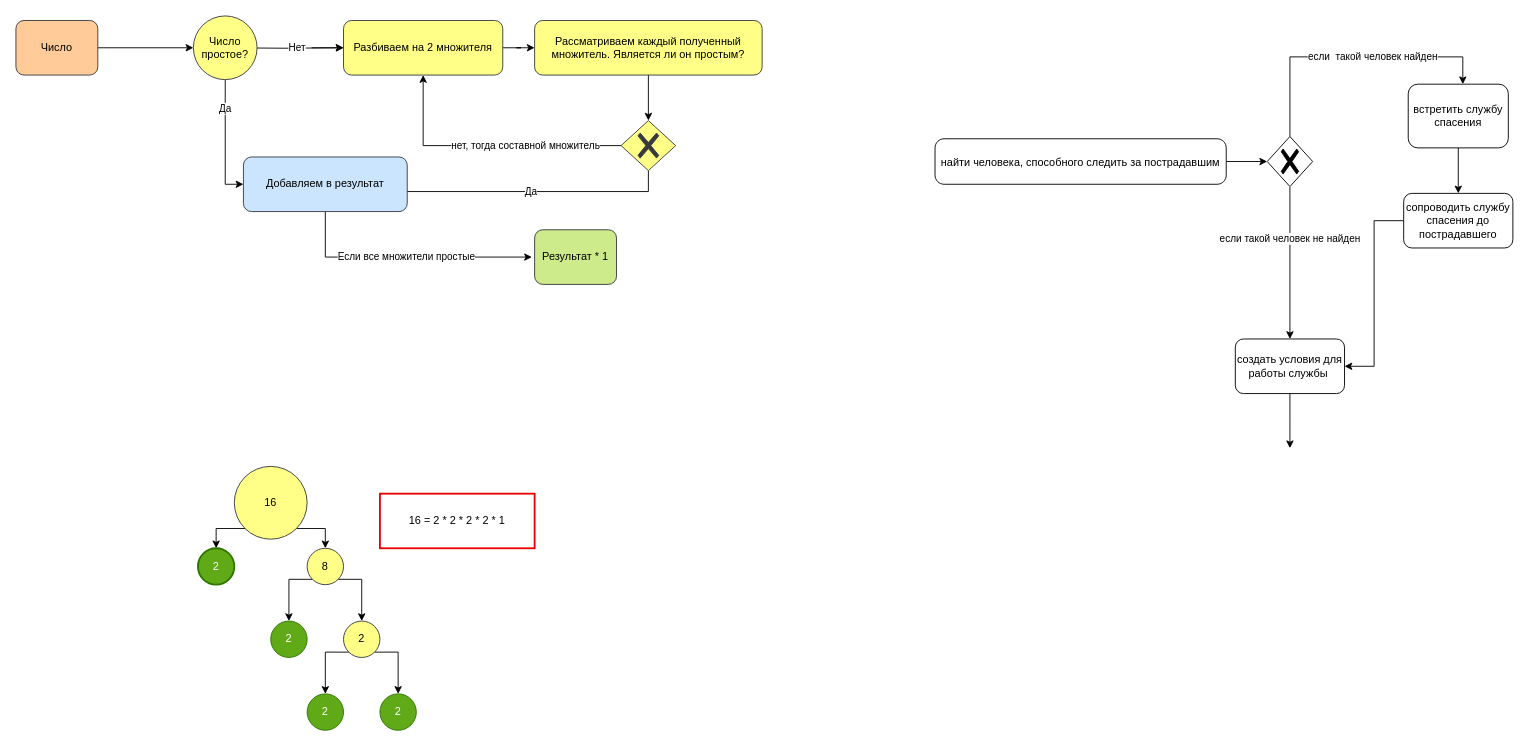
Before: Untitled Diagram.drawio in KirillMazinskiy/test2, a draw.io diagram. Source tidied: cells renumbered, new cells numbered last; positions are measured from the earlier drawing's top-left corner, leaving out a move shared by most shapes. Both pictures are drawn from the tidied source at 91%, with x=0, y=0 at pixel (15, 15).
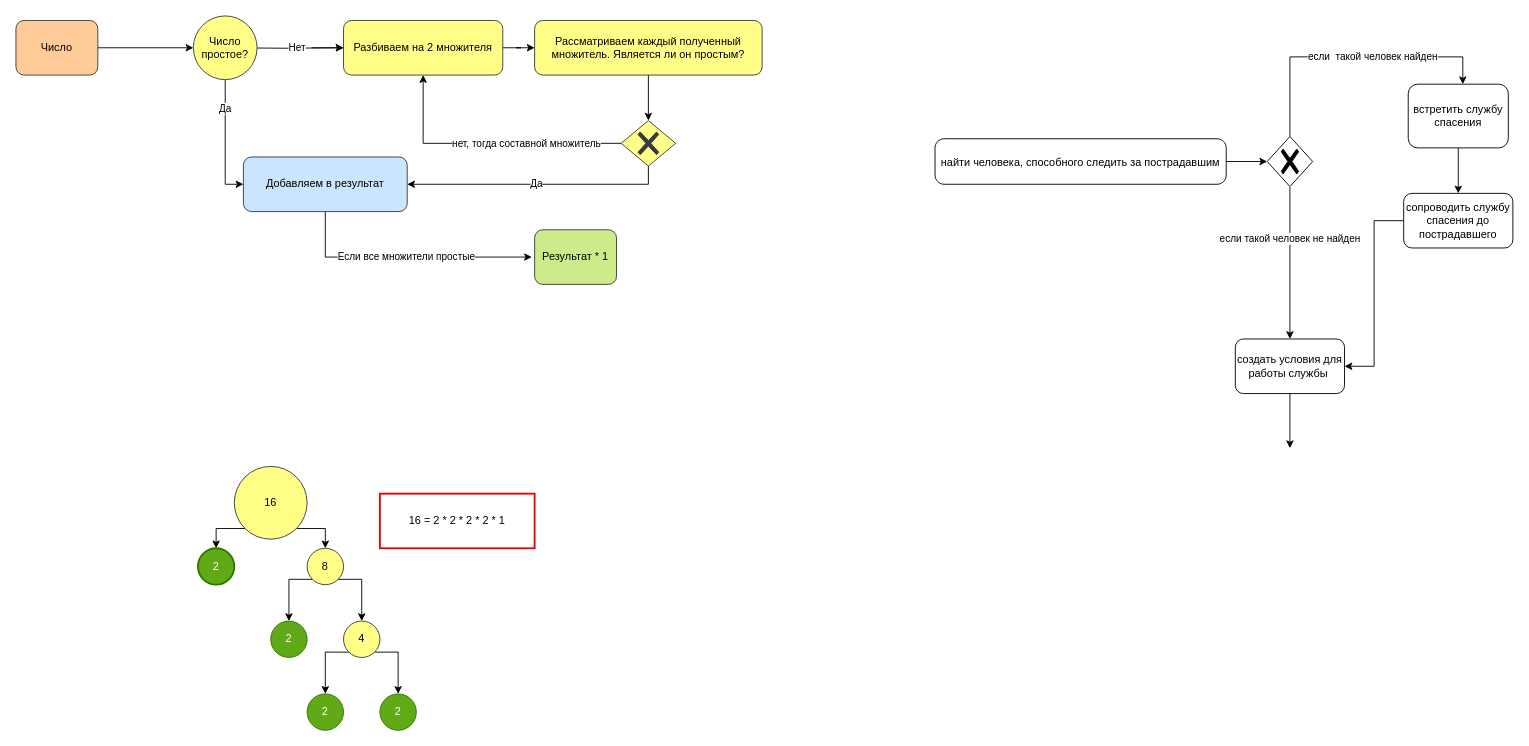
The same page after the edit.

The change refers to these unchanged cells:
```xml
<mxCell id="3" value="Разбиваем на 2 множителя" style="rounded=1;whiteSpace=wrap;html=1;fillColor=#ffff88;strokeColor=#36393d;" parent="1" vertex="1">
  <mxGeometry x="360" y="5" width="175" height="60" as="geometry" />
</mxCell>
<mxCell id="24" value="Добавляем в результат" style="rounded=1;whiteSpace=wrap;html=1;fillColor=#cce5ff;strokeColor=#36393d;" parent="1" vertex="1">
  <mxGeometry x="250" y="155" width="180" height="60" as="geometry" />
</mxCell>
```

Diff of the diagram source:
```diff
@@
+    <mxCell id="7" value="нет, тогда составной множитель" style="edgeStyle=orthogonalEdgeStyle;rounded=0;jettySize=auto;html=1;entryX=0.5;entryY=1;entryDx=0;entryDy=0;" parent="1" edge="1" source="8" target="3">
+      <mxGeometry x="-0.29" relative="1" as="geometry" />
+    </mxCell>
-    <mxCell id="6" value="Да" style="edgeStyle=orthogonalEdgeStyle;rounded=0;jettySize=auto;html=1;entryX=0.968;entryY=0.464;entryDx=0;entryDy=0;entryPerimeter=0;exitX=0.5;exitY=1;exitDx=0;exitDy=0;exitPerimeter=0;" parent="1" edge="1" source="8" target="24">
+    <mxCell id="6" value="Да" style="edgeStyle=orthogonalEdgeStyle;rounded=0;jettySize=auto;html=1;entryX=1;entryY=0.5;entryDx=0;entryDy=0;" parent="1" edge="1" source="8" target="24">
       <mxGeometry relative="1" as="geometry">
         <Array as="points">
-          <mxPoint x="695" y="193" />
+          <mxPoint x="695" y="185" />
         </Array>
       </mxGeometry>
     </mxCell>
-    <mxCell id="7" value="нет, тогда составной множитель" style="edgeStyle=orthogonalEdgeStyle;rounded=0;jettySize=auto;html=1;entryX=0.5;entryY=1;entryDx=0;entryDy=0;" parent="1" edge="1" source="8" target="3">
-      <mxGeometry x="-0.29" relative="1" as="geometry" />
-    </mxCell>
     <mxCell id="8" style="points=[[0.25,0.25,0],[0.5,0,0],[0.75,0.25,0],[1,0.5,0],[0.75,0.75,0],[0.5,1,0],[0.25,0.75,0],[0,0.5,0]];shape=mxgraph.bpmn.gateway2;html=1;verticalLabelPosition=bottom;labelBackgroundColor=#ffffff;verticalAlign=top;align=center;perimeter=rhombusPerimeter;outlineConnect=0;outline=none;symbol=none;gwType=exclusive;fillColor=#ffff88;strokeColor=#36393d;" parent="1" vertex="1">
-      <mxGeometry x="665" y="115" width="60" height="55" as="geometry" />
+      <mxGeometry x="665" y="115" width="60" height="50" as="geometry" />
     </mxCell>
@@
-    <mxCell id="38" value="2" style="ellipse;whiteSpace=wrap;html=1;fillColor=#ffff88;strokeColor=#36393d;" parent="1" vertex="1">
+    <mxCell id="38" value="4" style="ellipse;whiteSpace=wrap;html=1;fillColor=#ffff88;strokeColor=#36393d;" parent="1" vertex="1">
       <mxGeometry x="360" y="665" width="40" height="40" as="geometry" />
     </mxCell>
```
